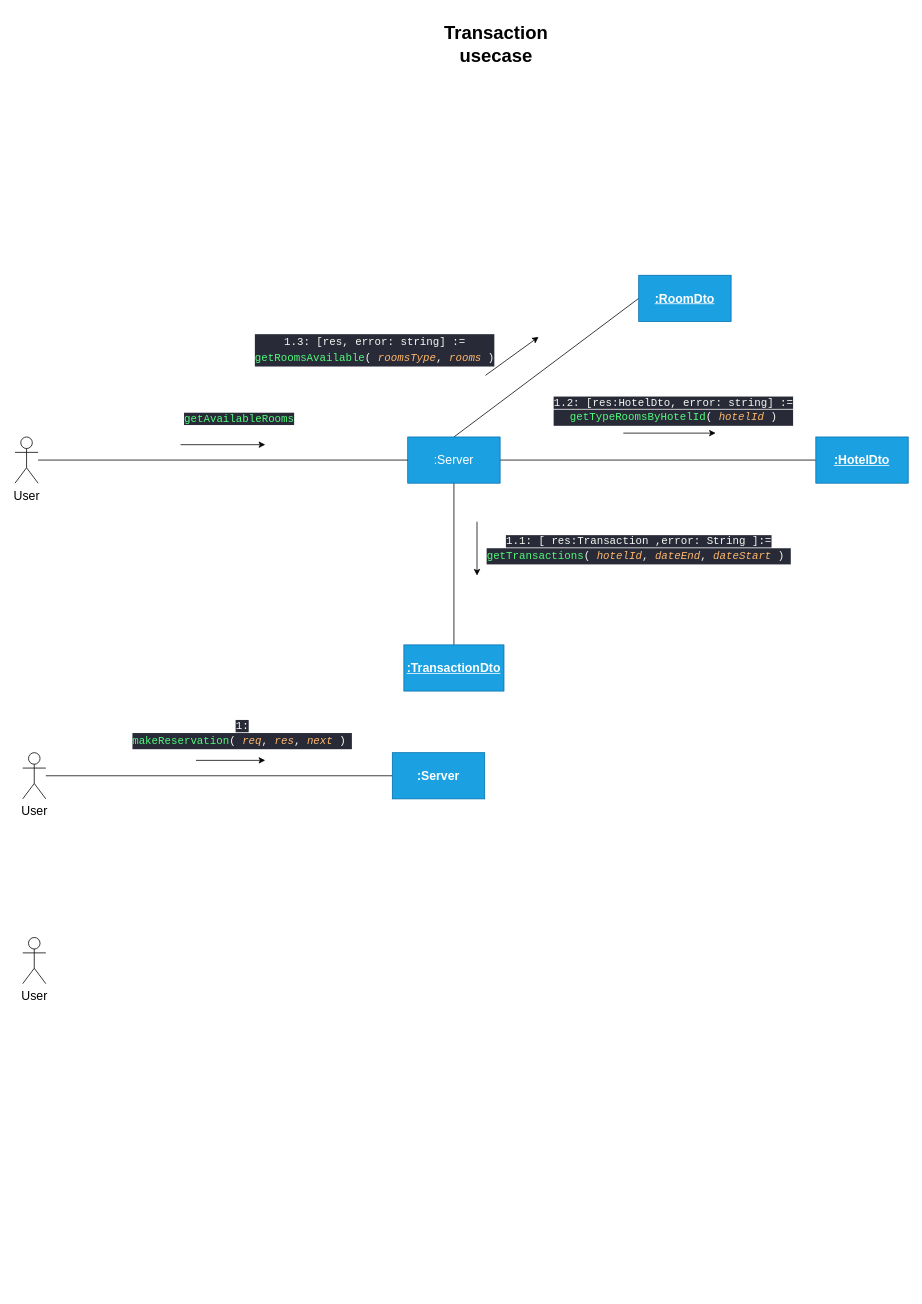
thuan-co/hotel-server keeps this draw.io diagram as src/diagram/transaction.drawio. Above is the earlier version. Source tidied: cells renumbered, new cells numbered last; positions are measured from the earlier drawing's top-left corner, leaving out a move shared by most shapes. Both pictures are drawn from the tidied source at 77%, with x=0, y=0 at pixel (15, 13).
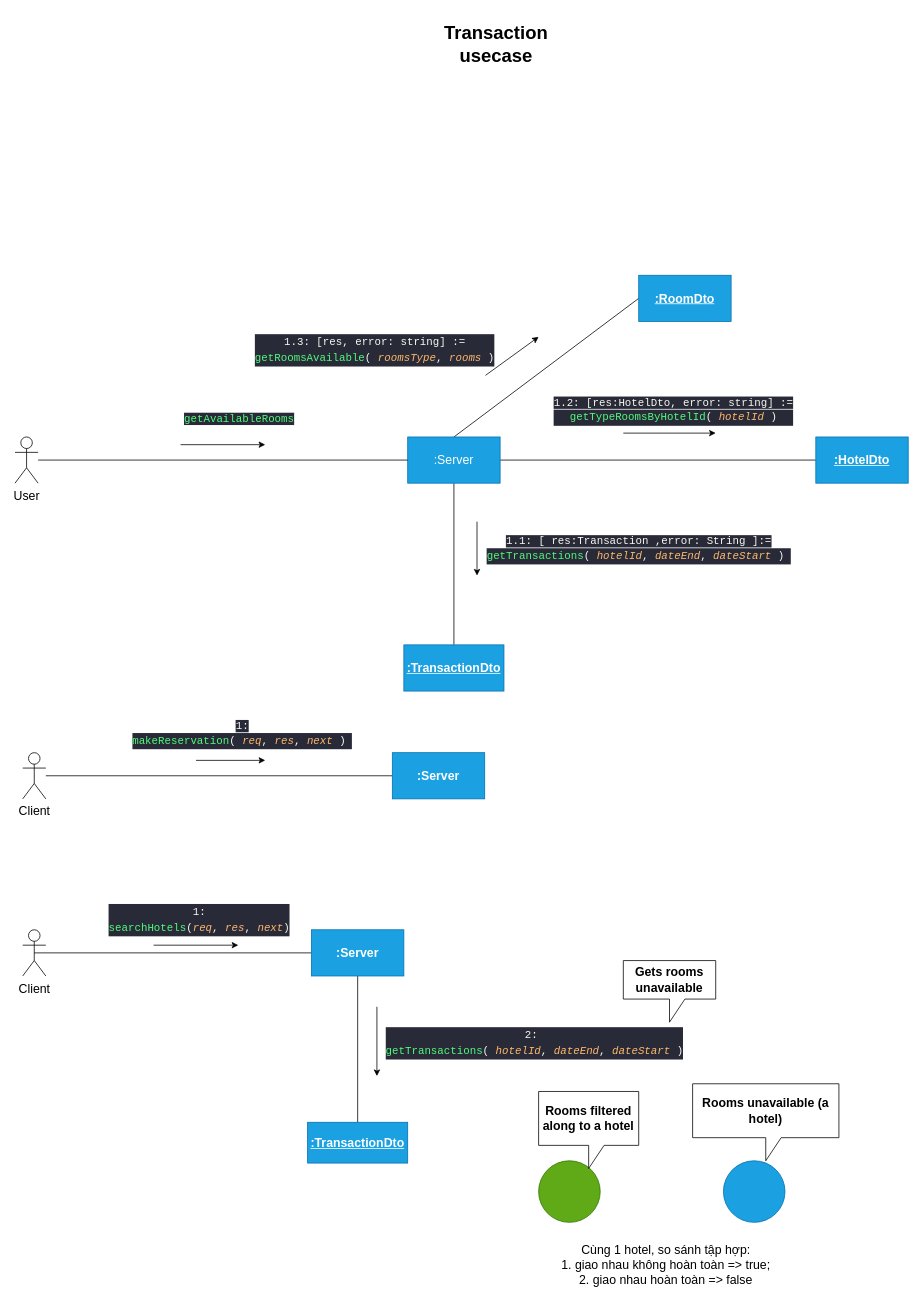
Above is the later version.

Diff of the diagram source:
```diff
@@
-    <mxCell id="22" value="User" style="shape=umlActor;verticalLabelPosition=bottom;verticalAlign=top;html=1;outlineConnect=0;fontSize=16;" parent="1" vertex="1">
+    <mxCell id="22" value="Client" style="shape=umlActor;verticalLabelPosition=bottom;verticalAlign=top;html=1;outlineConnect=0;fontSize=16;" parent="1" vertex="1">
       <mxGeometry x="10" y="960" width="30" height="60" as="geometry" />
     </mxCell>
@@
+    <mxCell id="27" style="edgeStyle=none;html=1;exitX=0.5;exitY=0.5;exitDx=0;exitDy=0;exitPerimeter=0;entryX=0;entryY=0.5;entryDx=0;entryDy=0;endArrow=none;endFill=0;" parent="1" edge="1" source="26" target="31">
+      <mxGeometry relative="1" as="geometry" />
+    </mxCell>
-    <mxCell id="26" value="User" style="shape=umlActor;verticalLabelPosition=bottom;verticalAlign=top;html=1;outlineConnect=0;fontSize=16;" parent="1" vertex="1">
-      <mxGeometry x="10" y="1200" width="30" height="60" as="geometry" />
+    <mxCell id="26" value="Client&lt;br&gt;" style="shape=umlActor;verticalLabelPosition=bottom;verticalAlign=top;html=1;outlineConnect=0;fontSize=16;" parent="1" vertex="1">
+      <mxGeometry x="10" y="1190" width="30" height="60" as="geometry" />
     </mxCell>
+    <mxCell id="28" value="&lt;div style=&quot;color: rgb(248, 248, 242); background-color: rgb(40, 42, 55); font-family: &amp;quot;JetBrains Mono&amp;quot;, Consolas, &amp;quot;Courier New&amp;quot;, monospace; font-weight: normal; font-size: 14px; line-height: 21px;&quot;&gt;&lt;div&gt;2:&amp;nbsp;&lt;/div&gt;&lt;div style=&quot;&quot;&gt;&lt;span style=&quot;color: #50fa7b;&quot;&gt;getTransactions&lt;/span&gt;&lt;span style=&quot;color: #f8f8f2;&quot;&gt;( &lt;/span&gt;&lt;span style=&quot;color: #ffb86c;font-style: italic;&quot;&gt;hotelId&lt;/span&gt;&lt;span style=&quot;color: #f8f8f2;&quot;&gt;, &lt;/span&gt;&lt;span style=&quot;color: #ffb86c;font-style: italic;&quot;&gt;dateEnd&lt;/span&gt;&lt;span style=&quot;color: #f8f8f2;&quot;&gt;, &lt;/span&gt;&lt;span style=&quot;color: #ffb86c;font-style: italic;&quot;&gt;dateStart&lt;/span&gt;&lt;span style=&quot;color: #f8f8f2;&quot;&gt; )&lt;/span&gt;&lt;/div&gt;&lt;/div&gt;" style="text;whiteSpace=wrap;html=1;align=center;" parent="1" vertex="1">
+      <mxGeometry x="475" y="1310" width="400" height="40" as="geometry" />
+    </mxCell>
+    <mxCell id="29" value="&lt;div style=&quot;color: rgb(248, 248, 242); background-color: rgb(40, 42, 55); font-family: &amp;quot;JetBrains Mono&amp;quot;, Consolas, &amp;quot;Courier New&amp;quot;, monospace; font-weight: normal; font-size: 14px; line-height: 21px;&quot;&gt;&lt;div style=&quot;text-align: center;&quot;&gt;1:&lt;/div&gt;&lt;div&gt;&lt;span style=&quot;color: rgb(80, 250, 123);&quot;&gt;searchHotels&lt;/span&gt;(&lt;span style=&quot;color: rgb(255, 184, 108); font-style: italic;&quot;&gt;req&lt;/span&gt;, &lt;span style=&quot;color: rgb(255, 184, 108); font-style: italic;&quot;&gt;res&lt;/span&gt;, &lt;span style=&quot;color: rgb(255, 184, 108); font-style: italic;&quot;&gt;next&lt;/span&gt;)&lt;br&gt;&lt;/div&gt;&lt;/div&gt;" style="text;whiteSpace=wrap;html=1;" parent="1" vertex="1">
+      <mxGeometry x="120" y="1150" width="245" height="50" as="geometry" />
+    </mxCell>
+    <mxCell id="30" style="edgeStyle=none;html=1;exitX=0.5;exitY=1;exitDx=0;exitDy=0;entryX=0.5;entryY=0;entryDx=0;entryDy=0;endArrow=none;endFill=0;" parent="1" edge="1" source="31" target="33">
+      <mxGeometry relative="1" as="geometry" />
+    </mxCell>
+    <mxCell id="31" value="&lt;b&gt;:Server&lt;/b&gt;" style="rounded=0;whiteSpace=wrap;html=1;fontSize=16;fillColor=#1ba1e2;fontColor=#ffffff;strokeColor=#006EAF;" parent="1" vertex="1">
+      <mxGeometry x="385" y="1190" width="120" height="60" as="geometry" />
+    </mxCell>
+    <mxCell id="32" style="endArrow=classic;html=1;" parent="1" edge="1">
+      <mxGeometry relative="1" as="geometry">
+        <mxPoint x="180" y="1210" as="sourcePoint" />
+        <mxPoint x="290" y="1210" as="targetPoint" />
+      </mxGeometry>
+    </mxCell>
+    <mxCell id="33" value="&lt;u&gt;&lt;b&gt;:TransactionDto&lt;/b&gt;&lt;/u&gt;" style="rounded=0;whiteSpace=wrap;html=1;fontSize=16;fillColor=#1ba1e2;fontColor=#ffffff;strokeColor=#006EAF;" parent="1" vertex="1">
+      <mxGeometry x="380" y="1440" width="130" height="53" as="geometry" />
+    </mxCell>
+    <mxCell id="34" style="endArrow=classic;html=1;" parent="1" edge="1">
+      <mxGeometry relative="1" as="geometry">
+        <mxPoint x="470" y="1290" as="sourcePoint" />
+        <mxPoint x="470" y="1380" as="targetPoint" />
+      </mxGeometry>
+    </mxCell>
+    <mxCell id="35" value="&lt;b&gt;&lt;font style=&quot;font-size: 16px;&quot;&gt;Gets rooms unavailable&lt;/font&gt;&lt;/b&gt;" style="shape=callout;whiteSpace=wrap;html=1;perimeter=calloutPerimeter;" parent="1" vertex="1">
+      <mxGeometry x="790" y="1230" width="120" height="80" as="geometry" />
+    </mxCell>
+    <mxCell id="36" style="group;" parent="1" vertex="1">
+      <mxGeometry x="880" y="1390" width="190" height="180" as="geometry" />
+    </mxCell>
+    <mxCell id="37" style="ellipse;whiteSpace=wrap;html=1;fontSize=16;fillColor=#1ba1e2;fontColor=#ffffff;strokeColor=#006EAF;" parent="36" vertex="1">
+      <mxGeometry x="40" y="100" width="80" height="80" as="geometry" />
+    </mxCell>
+    <mxCell id="38" value="&lt;b&gt;&lt;font style=&quot;font-size: 16px;&quot;&gt;Rooms unavailable (a hotel)&lt;/font&gt;&lt;/b&gt;" style="shape=callout;whiteSpace=wrap;html=1;perimeter=calloutPerimeter;" parent="36" vertex="1">
+      <mxGeometry width="190" height="100" as="geometry" />
+    </mxCell>
+    <mxCell id="39" style="group;" parent="1" vertex="1">
+      <mxGeometry x="680" y="1400" width="130" height="170" as="geometry" />
+    </mxCell>
+    <mxCell id="40" style="ellipse;whiteSpace=wrap;html=1;fontSize=16;fillColor=#60a917;fontColor=#ffffff;strokeColor=#2D7600;" parent="39" vertex="1">
+      <mxGeometry y="90" width="80" height="80" as="geometry" />
+    </mxCell>
+    <mxCell id="41" value="&lt;b&gt;&lt;font style=&quot;font-size: 16px;&quot;&gt;Rooms filtered&lt;br&gt;along to a hotel&lt;br&gt;&lt;/font&gt;&lt;/b&gt;" style="shape=callout;whiteSpace=wrap;html=1;perimeter=calloutPerimeter;" parent="39" vertex="1">
+      <mxGeometry width="130" height="100" as="geometry" />
+    </mxCell>
+    <mxCell id="42" value="Cùng 1 hotel, so sánh tập hợp:&lt;br&gt;1. giao nhau không hoàn toàn =&amp;gt; true;&lt;br&gt;2. giao nhau hoàn toàn =&amp;gt; false" style="text;html=1;align=center;verticalAlign=middle;strokeColor=none;fillColor=none;fontSize=16;" parent="1" vertex="1">
+      <mxGeometry x="700" y="1590" width="290" height="70" as="geometry" />
+    </mxCell>
```
